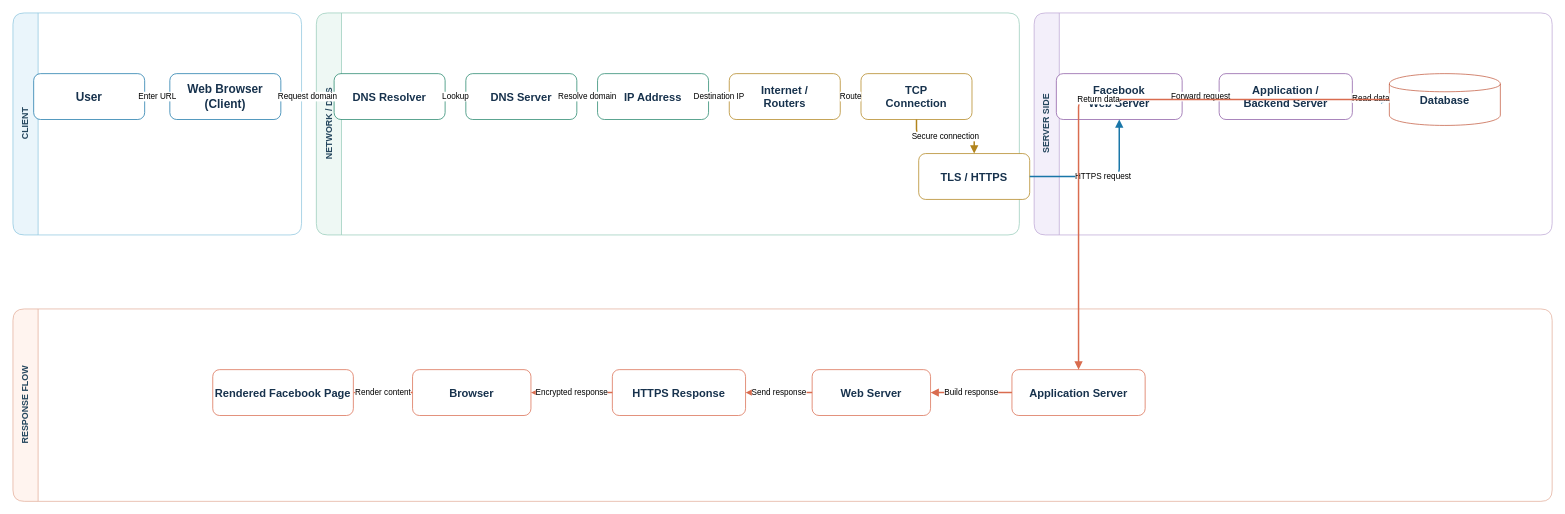
Above: facebook-request-flow.drawio in ASaber33/web-request-diagram (draw.io), before the change. Source tidied: cells renumbered, new cells numbered last; positions are measured from the earlier drawing's top-left corner, leaving out a move shared by most shapes. Both pictures are drawn from the tidied source at 74%, with x=0, y=0 at pixel (13, 13).
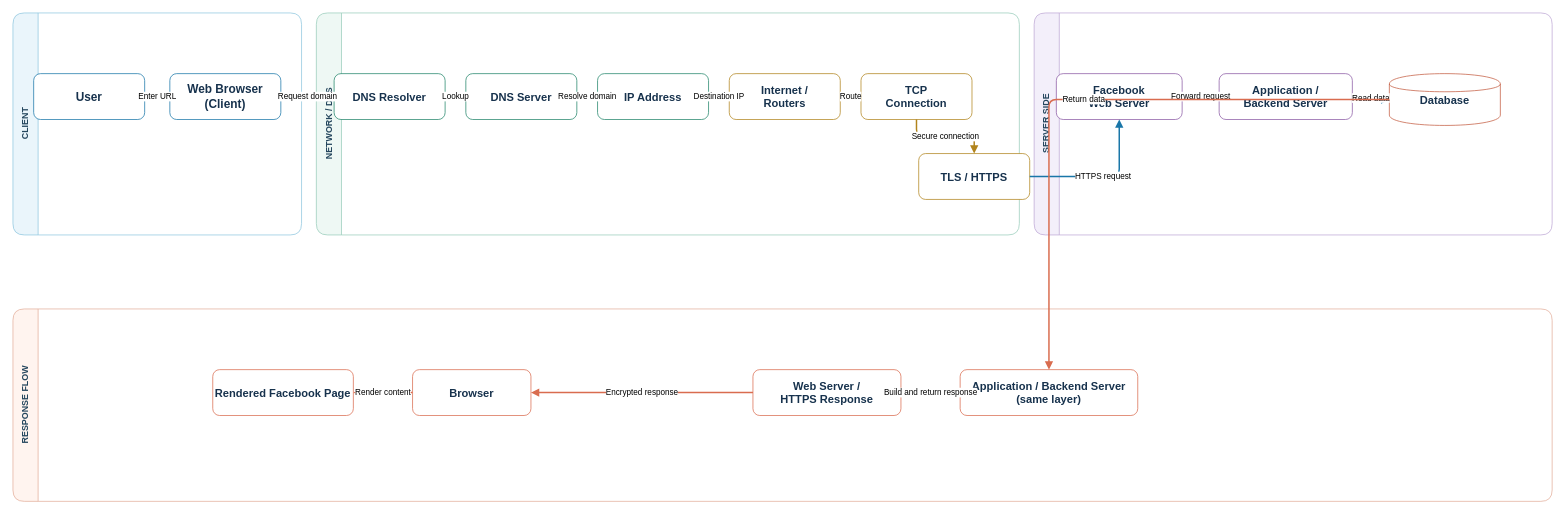
The same page after the edit.

Commit message (it also covers changes not shown here):
Clarify shared application response flow

Unchanged cells that the change refers to:
```xml
<mxCell id="5" value="RESPONSE FLOW" style="swimlane;html=1;rounded=1;horizontal=0;startSize=34;fillColor=#fff4ef;strokeColor=#e3ae9b;fontStyle=1;fontColor=#24465d;" parent="1" vertex="1">
  <mxGeometry y="400" width="2080" height="260" as="geometry" />
</mxCell>
```

The edit, as a diff of the source:
```diff
@@
-    <mxCell id="17" value="Application Server" style="rounded=1;whiteSpace=wrap;html=1;fillColor=#ffffff;strokeColor=#d96c4f;fontColor=#17324d;fontStyle=1;fontSize=15;" parent="5" vertex="1">
-      <mxGeometry x="1350" y="82" width="180" height="62" as="geometry" />
+    <mxCell id="17" value="Application / Backend Server&#10;(same layer)" style="rounded=1;whiteSpace=wrap;html=1;fillColor=#ffffff;strokeColor=#d96c4f;fontColor=#17324d;fontStyle=1;fontSize=15;" parent="5" vertex="1">
+      <mxGeometry x="1280" y="82" width="240" height="62" as="geometry" />
     </mxCell>
-    <mxCell id="18" value="Web Server" style="rounded=1;whiteSpace=wrap;html=1;fillColor=#ffffff;strokeColor=#d96c4f;fontColor=#17324d;fontStyle=1;fontSize=15;" parent="5" vertex="1">
-      <mxGeometry x="1080" y="82" width="160" height="62" as="geometry" />
-    </mxCell>
-    <mxCell id="19" value="HTTPS Response" style="rounded=1;whiteSpace=wrap;html=1;fillColor=#ffffff;strokeColor=#d96c4f;fontColor=#17324d;fontStyle=1;fontSize=15;" parent="5" vertex="1">
-      <mxGeometry x="810" y="82" width="180" height="62" as="geometry" />
+    <mxCell id="19" value="Web Server /&#10;HTTPS Response" style="rounded=1;whiteSpace=wrap;html=1;fillColor=#ffffff;strokeColor=#d96c4f;fontColor=#17324d;fontStyle=1;fontSize=15;" parent="5" vertex="1">
+      <mxGeometry x="1000" y="82" width="200" height="62" as="geometry" />
     </mxCell>
@@
-    <mxCell id="33" value="Build response" style="edgeStyle=orthogonalEdgeStyle;rounded=1;html=1;strokeColor=#d96c4f;strokeWidth=2;endArrow=block;" parent="1" edge="1" source="17" target="18">
-      <mxGeometry relative="1" as="geometry" />
-    </mxCell>
-    <mxCell id="34" value="Send response" style="edgeStyle=orthogonalEdgeStyle;rounded=1;html=1;strokeColor=#d96c4f;strokeWidth=2;endArrow=block;" parent="1" edge="1" source="18" target="19">
-      <mxGeometry relative="1" as="geometry" />
-    </mxCell>
+    <mxCell id="37" value="Build and return response" style="edgeStyle=orthogonalEdgeStyle;rounded=1;html=1;strokeColor=#d96c4f;strokeWidth=2;endArrow=block;" parent="1" edge="1" source="17" target="19">
+      <mxGeometry relative="1" as="geometry" />
+    </mxCell>
```
